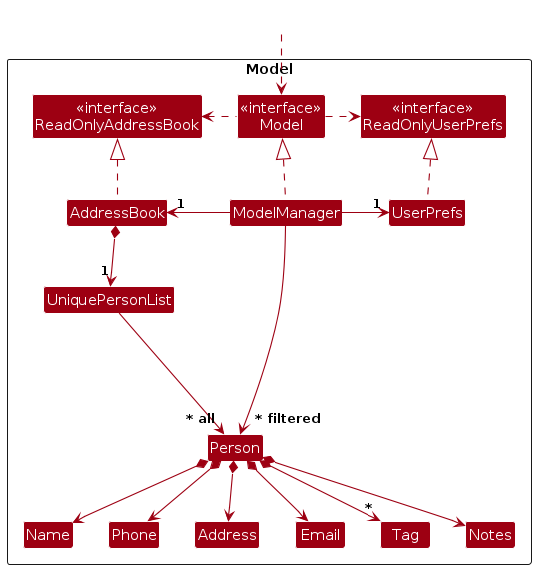
Before: diagrams/ModelClassDiagram.png, a diagram exported from PlantUML (AY2526S2-CS2103-F09-4/tp). Its source is kept beside it as diagrams/ModelClassDiagram.puml. The source it was exported from:
```plantuml
@startuml
!include style.puml
skinparam arrowThickness 1.1
skinparam arrowColor MODEL_COLOR
skinparam classBackgroundColor MODEL_COLOR

Package Model as ModelPackage <<Rectangle>>{
Class "<<interface>>\nReadOnlyAddressBook" as ReadOnlyAddressBook
Class "<<interface>>\nReadOnlyUserPrefs" as ReadOnlyUserPrefs
Class "<<interface>>\nModel" as Model
Class AddressBook
Class ModelManager
Class UserPrefs

Class UniquePersonList
Class Person
Class Address
Class Email
Class Name
Class Phone
Class Tag
Class Notes

Class I #FFFFFF
}

Class HiddenOutside #FFFFFF
HiddenOutside ..> Model

AddressBook .up.|> ReadOnlyAddressBook

ModelManager .up.|> Model
Model .right.> ReadOnlyUserPrefs
Model .left.> ReadOnlyAddressBook
ModelManager -left-> "1" AddressBook
ModelManager -right-> "1" UserPrefs
UserPrefs .up.|> ReadOnlyUserPrefs

AddressBook *--> "1" UniquePersonList
UniquePersonList --> "~* all" Person
Person *--> Name
Person *--> Phone
Person *--> Email
Person *--> Address
Person *--> "*" Tag
Person *--> Notes

Person -[hidden]up--> I
UniquePersonList -[hidden]right-> I

Name -[hidden]right-> Phone
Phone -[hidden]right-> Address
Address -[hidden]right-> Email

ModelManager --> "~* filtered" Person
@enduml
```
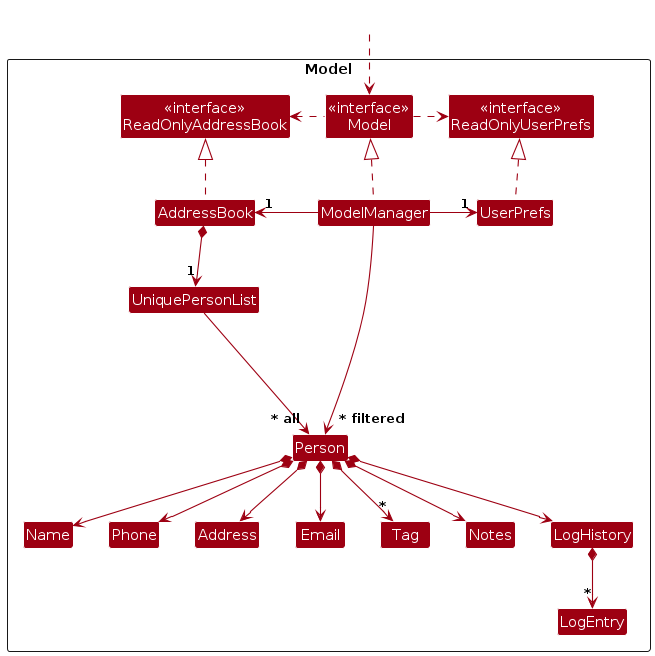
Above is the later version.

Change to the diagram source:
```diff
@@ -20,6 +20,8 @@
 Class Phone
 Class Tag
 Class Notes
+Class LogHistory
+Class LogEntry
 
 Class I #FFFFFF
 }
@@ -44,6 +46,8 @@
 Person *--> Address
 Person *--> "*" Tag
 Person *--> Notes
+Person *--> LogHistory
+LogHistory *--> "*" LogEntry
 
 Person -[hidden]up--> I
 UniquePersonList -[hidden]right-> I
```
